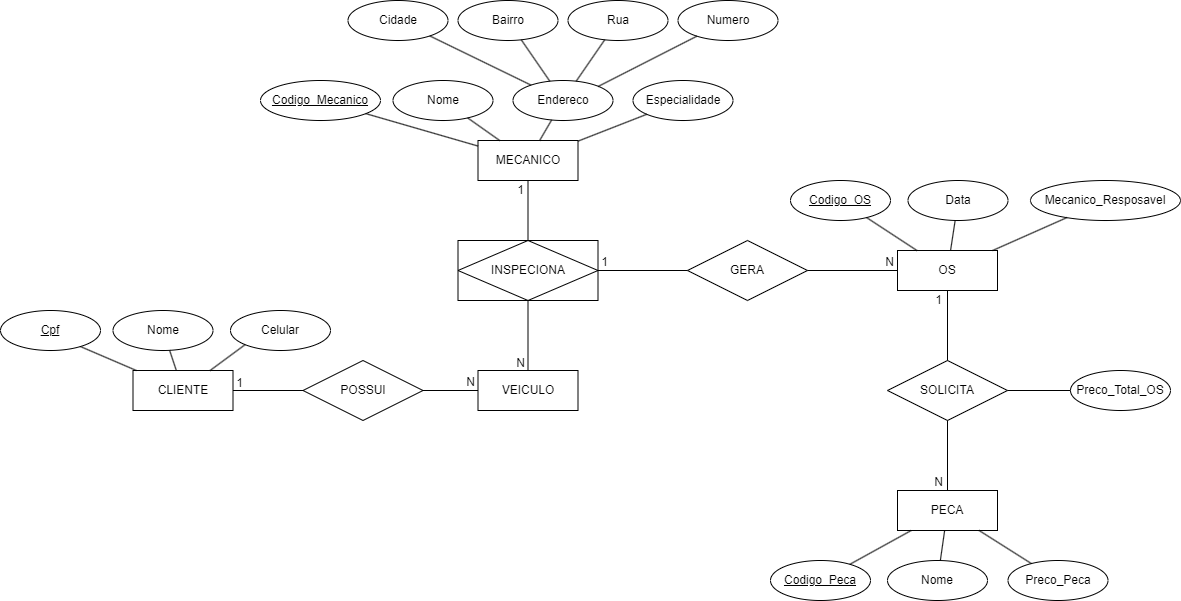
The draw.io diagram cenario_oficina.png in othonss/projeto-database-experience-oficina, before a commit. Source tidied: cells renumbered, new cells last; positions are measured from the earlier drawing's top-left corner, leaving out a move shared by most shapes. The source it was exported from:
```xml
<mxGraphModel>
  <root>
    <mxCell id="0" />
    <mxCell id="1" parent="0" />
    <mxCell id="2" value="VEICULO" style="whiteSpace=wrap;html=1;align=center;" parent="1" vertex="1">
      <mxGeometry x="477.5" y="370" width="100" height="40" as="geometry" />
    </mxCell>
    <mxCell id="3" value="MECANICO" style="whiteSpace=wrap;html=1;align=center;" parent="1" vertex="1">
      <mxGeometry x="477.5" y="140" width="100" height="40" as="geometry" />
    </mxCell>
    <mxCell id="4" value="Codigo_Mecanico" style="ellipse;whiteSpace=wrap;html=1;align=center;fontStyle=4;" parent="1" vertex="1">
      <mxGeometry x="260" y="80" width="120" height="40" as="geometry" />
    </mxCell>
    <mxCell id="5" value="Nome&lt;br&gt;" style="ellipse;whiteSpace=wrap;html=1;align=center;" parent="1" vertex="1">
      <mxGeometry x="392.5" y="80" width="100" height="40" as="geometry" />
    </mxCell>
    <mxCell id="6" value="Endereco" style="ellipse;whiteSpace=wrap;html=1;align=center;" parent="1" vertex="1">
      <mxGeometry x="512.5" y="80" width="100" height="40" as="geometry" />
    </mxCell>
    <mxCell id="7" value="Especialidade" style="ellipse;whiteSpace=wrap;html=1;align=center;" parent="1" vertex="1">
      <mxGeometry x="632.5" y="80" width="100" height="40" as="geometry" />
    </mxCell>
    <mxCell id="8" value="Cidade" style="ellipse;whiteSpace=wrap;html=1;align=center;" parent="1" vertex="1">
      <mxGeometry x="347.5" width="100" height="40" as="geometry" />
    </mxCell>
    <mxCell id="9" value="Bairro" style="ellipse;whiteSpace=wrap;html=1;align=center;" parent="1" vertex="1">
      <mxGeometry x="457.5" width="100" height="40" as="geometry" />
    </mxCell>
    <mxCell id="10" value="Rua" style="ellipse;whiteSpace=wrap;html=1;align=center;" parent="1" vertex="1">
      <mxGeometry x="567.5" width="100" height="40" as="geometry" />
    </mxCell>
    <mxCell id="11" value="Numero" style="ellipse;whiteSpace=wrap;html=1;align=center;" parent="1" vertex="1">
      <mxGeometry x="677.5" width="100" height="40" as="geometry" />
    </mxCell>
    <mxCell id="12" style="endArrow=none;html=1;rounded=0;" parent="1" edge="1" source="6" target="8">
      <mxGeometry relative="1" as="geometry" />
    </mxCell>
    <mxCell id="13" style="endArrow=none;html=1;rounded=0;" parent="1" edge="1" source="6" target="9">
      <mxGeometry relative="1" as="geometry" />
    </mxCell>
    <mxCell id="14" style="endArrow=none;html=1;rounded=0;" parent="1" edge="1" source="6" target="10">
      <mxGeometry relative="1" as="geometry" />
    </mxCell>
    <mxCell id="15" style="endArrow=none;html=1;rounded=0;exitX=1;exitY=0;exitDx=0;exitDy=0;" parent="1" edge="1" source="6" target="11">
      <mxGeometry relative="1" as="geometry" />
    </mxCell>
    <mxCell id="16" style="endArrow=none;html=1;rounded=0;" parent="1" edge="1" source="3" target="5">
      <mxGeometry relative="1" as="geometry" />
    </mxCell>
    <mxCell id="17" style="endArrow=none;html=1;rounded=0;" parent="1" edge="1" source="3" target="6">
      <mxGeometry relative="1" as="geometry" />
    </mxCell>
    <mxCell id="18" style="endArrow=none;html=1;rounded=0;" parent="1" edge="1" source="7" target="3">
      <mxGeometry relative="1" as="geometry" />
    </mxCell>
    <mxCell id="19" style="endArrow=none;html=1;rounded=0;" parent="1" edge="1" source="3" target="4">
      <mxGeometry relative="1" as="geometry" />
    </mxCell>
    <mxCell id="20" value="CLIENTE" style="whiteSpace=wrap;html=1;align=center;" parent="1" vertex="1">
      <mxGeometry x="132.5" y="370" width="100" height="40" as="geometry" />
    </mxCell>
    <mxCell id="21" value="Nome" style="ellipse;whiteSpace=wrap;html=1;align=center;" parent="1" vertex="1">
      <mxGeometry x="112.5" y="310" width="100" height="40" as="geometry" />
    </mxCell>
    <mxCell id="22" value="Celular" style="ellipse;whiteSpace=wrap;html=1;align=center;" parent="1" vertex="1">
      <mxGeometry x="230" y="310" width="100" height="40" as="geometry" />
    </mxCell>
    <mxCell id="23" style="endArrow=none;html=1;rounded=0;" parent="1" edge="1" source="20">
      <mxGeometry relative="1" as="geometry">
        <mxPoint x="76.6" y="344.6" as="targetPoint" />
      </mxGeometry>
    </mxCell>
    <mxCell id="24" style="endArrow=none;html=1;rounded=0;" parent="1" edge="1" source="20" target="21">
      <mxGeometry relative="1" as="geometry" />
    </mxCell>
    <mxCell id="25" style="endArrow=none;html=1;rounded=0;entryX=0;entryY=1;entryDx=0;entryDy=0;" parent="1" edge="1" source="20" target="22">
      <mxGeometry relative="1" as="geometry" />
    </mxCell>
    <mxCell id="26" value="POSSUI" style="shape=rhombus;perimeter=rhombusPerimeter;whiteSpace=wrap;html=1;align=center;" parent="1" vertex="1">
      <mxGeometry x="302.5" y="360" width="120" height="60" as="geometry" />
    </mxCell>
    <mxCell id="27" style="endArrow=none;html=1;rounded=0;" parent="1" edge="1" source="26" target="2">
      <mxGeometry relative="1" as="geometry" />
    </mxCell>
    <mxCell id="28" value="N" style="html=1;align=right;verticalAlign=bottom;" parent="27" vertex="1">
      <mxGeometry x="1" relative="1" as="geometry">
        <mxPoint x="-3" as="offset" />
      </mxGeometry>
    </mxCell>
    <mxCell id="29" style="endArrow=none;html=1;rounded=0;" parent="1" edge="1" source="20" target="26">
      <mxGeometry relative="1" as="geometry" />
    </mxCell>
    <mxCell id="30" value="1" style="html=1;align=right;verticalAlign=bottom;" parent="29" vertex="1">
      <mxGeometry x="1" relative="1" as="geometry">
        <mxPoint x="-60" y="1" as="offset" />
      </mxGeometry>
    </mxCell>
    <mxCell id="31" style="endArrow=none;html=1;rounded=0;entryX=0.5;entryY=0;entryDx=0;entryDy=0;" parent="1" edge="1" target="2">
      <mxGeometry relative="1" as="geometry">
        <mxPoint x="527.5" y="300" as="sourcePoint" />
      </mxGeometry>
    </mxCell>
    <mxCell id="32" value="N" style="html=1;align=right;verticalAlign=bottom;" parent="31" vertex="1">
      <mxGeometry x="1" relative="1" as="geometry">
        <mxPoint x="-3" y="1" as="offset" />
      </mxGeometry>
    </mxCell>
    <mxCell id="33" style="endArrow=none;html=1;rounded=0;" parent="1" edge="1" target="3">
      <mxGeometry relative="1" as="geometry">
        <mxPoint x="527.5" y="240" as="sourcePoint" />
      </mxGeometry>
    </mxCell>
    <mxCell id="34" value="1" style="html=1;align=right;verticalAlign=bottom;" parent="33" vertex="1">
      <mxGeometry x="1" relative="1" as="geometry">
        <mxPoint x="-4" y="18" as="offset" />
      </mxGeometry>
    </mxCell>
    <mxCell id="35" value="INSPECIONA" style="shape=associativeEntity;whiteSpace=wrap;html=1;align=center;" parent="1" vertex="1">
      <mxGeometry x="457.5" y="240" width="140" height="60" as="geometry" />
    </mxCell>
    <mxCell id="36" value="OS" style="whiteSpace=wrap;html=1;align=center;" parent="1" vertex="1">
      <mxGeometry x="897" y="250" width="100" height="40" as="geometry" />
    </mxCell>
    <mxCell id="37" style="endArrow=none;html=1;rounded=0;entryX=0;entryY=0.5;entryDx=0;entryDy=0;" parent="1" edge="1" source="35" target="36">
      <mxGeometry relative="1" as="geometry" />
    </mxCell>
    <mxCell id="38" value="N" style="html=1;align=right;verticalAlign=bottom;" parent="37" vertex="1">
      <mxGeometry x="1" relative="1" as="geometry">
        <mxPoint x="-4" as="offset" />
      </mxGeometry>
    </mxCell>
    <mxCell id="39" value="1" style="html=1;align=right;verticalAlign=bottom;" parent="1" vertex="1">
      <mxGeometry x="607.5" y="270" as="geometry" />
    </mxCell>
    <mxCell id="40" value="PECA" style="whiteSpace=wrap;html=1;align=center;" parent="1" vertex="1">
      <mxGeometry x="897" y="490" width="100" height="40" as="geometry" />
    </mxCell>
    <mxCell id="41" value="Codigo_OS" style="ellipse;whiteSpace=wrap;html=1;align=center;fontStyle=4;" parent="1" vertex="1">
      <mxGeometry x="790" y="180" width="100" height="40" as="geometry" />
    </mxCell>
    <mxCell id="42" value="Data" style="ellipse;whiteSpace=wrap;html=1;align=center;" parent="1" vertex="1">
      <mxGeometry x="907.5" y="180" width="100" height="40" as="geometry" />
    </mxCell>
    <mxCell id="43" value="Mecanico_Resposavel" style="ellipse;whiteSpace=wrap;html=1;align=center;" parent="1" vertex="1">
      <mxGeometry x="1030" y="180" width="150" height="40" as="geometry" />
    </mxCell>
    <mxCell id="44" style="endArrow=none;html=1;rounded=0;" parent="1" edge="1" source="36" target="41">
      <mxGeometry relative="1" as="geometry" />
    </mxCell>
    <mxCell id="45" style="endArrow=none;html=1;rounded=0;" parent="1" edge="1" source="36" target="42">
      <mxGeometry relative="1" as="geometry" />
    </mxCell>
    <mxCell id="46" style="endArrow=none;html=1;rounded=0;" parent="1" edge="1" source="36" target="43">
      <mxGeometry relative="1" as="geometry" />
    </mxCell>
    <mxCell id="47" value="GERA" style="shape=rhombus;perimeter=rhombusPerimeter;whiteSpace=wrap;html=1;align=center;" parent="1" vertex="1">
      <mxGeometry x="687" y="240" width="120" height="60" as="geometry" />
    </mxCell>
    <mxCell id="48" value="Codigo_Peca" style="ellipse;whiteSpace=wrap;html=1;align=center;fontStyle=4;" parent="1" vertex="1">
      <mxGeometry x="770" y="560" width="100" height="40" as="geometry" />
    </mxCell>
    <mxCell id="49" value="Nome" style="ellipse;whiteSpace=wrap;html=1;align=center;" parent="1" vertex="1">
      <mxGeometry x="887" y="560" width="100" height="40" as="geometry" />
    </mxCell>
    <mxCell id="50" value="Preco_Peca" style="ellipse;whiteSpace=wrap;html=1;align=center;" parent="1" vertex="1">
      <mxGeometry x="1007.5" y="560" width="100" height="40" as="geometry" />
    </mxCell>
    <mxCell id="51" style="endArrow=none;html=1;rounded=0;" parent="1" edge="1" source="40" target="48">
      <mxGeometry relative="1" as="geometry" />
    </mxCell>
    <mxCell id="52" style="endArrow=none;html=1;rounded=0;" parent="1" edge="1" source="40" target="49">
      <mxGeometry relative="1" as="geometry" />
    </mxCell>
    <mxCell id="53" style="endArrow=none;html=1;rounded=0;" parent="1" edge="1" source="40" target="50">
      <mxGeometry relative="1" as="geometry" />
    </mxCell>
    <mxCell id="54" style="endArrow=none;html=1;rounded=0;" parent="1" edge="1" source="36" target="40">
      <mxGeometry relative="1" as="geometry" />
    </mxCell>
    <mxCell id="55" value="N" style="html=1;align=right;verticalAlign=bottom;" parent="54" vertex="1">
      <mxGeometry x="1" relative="1" as="geometry">
        <mxPoint x="-4" as="offset" />
      </mxGeometry>
    </mxCell>
    <mxCell id="56" value="1" style="html=1;align=right;verticalAlign=bottom;" parent="1" vertex="1">
      <mxGeometry x="617.5" y="270" as="geometry">
        <mxPoint x="324" y="38" as="offset" />
      </mxGeometry>
    </mxCell>
    <mxCell id="57" value="SOLICITA" style="shape=rhombus;perimeter=rhombusPerimeter;whiteSpace=wrap;html=1;align=center;" parent="1" vertex="1">
      <mxGeometry x="887" y="360" width="120" height="60" as="geometry" />
    </mxCell>
    <mxCell id="58" value="Preco_Total_OS" style="ellipse;whiteSpace=wrap;html=1;align=center;" parent="1" vertex="1">
      <mxGeometry x="1070" y="370" width="100" height="40" as="geometry" />
    </mxCell>
    <mxCell id="59" style="endArrow=none;html=1;rounded=0;" parent="1" edge="1" source="58" target="57">
      <mxGeometry relative="1" as="geometry" />
    </mxCell>
    <mxCell id="60" value="Cpf" style="ellipse;whiteSpace=wrap;html=1;align=center;fontStyle=4;" parent="1" vertex="1">
      <mxGeometry y="310" width="100" height="40" as="geometry" />
    </mxCell>
  </root>
</mxGraphModel>
```
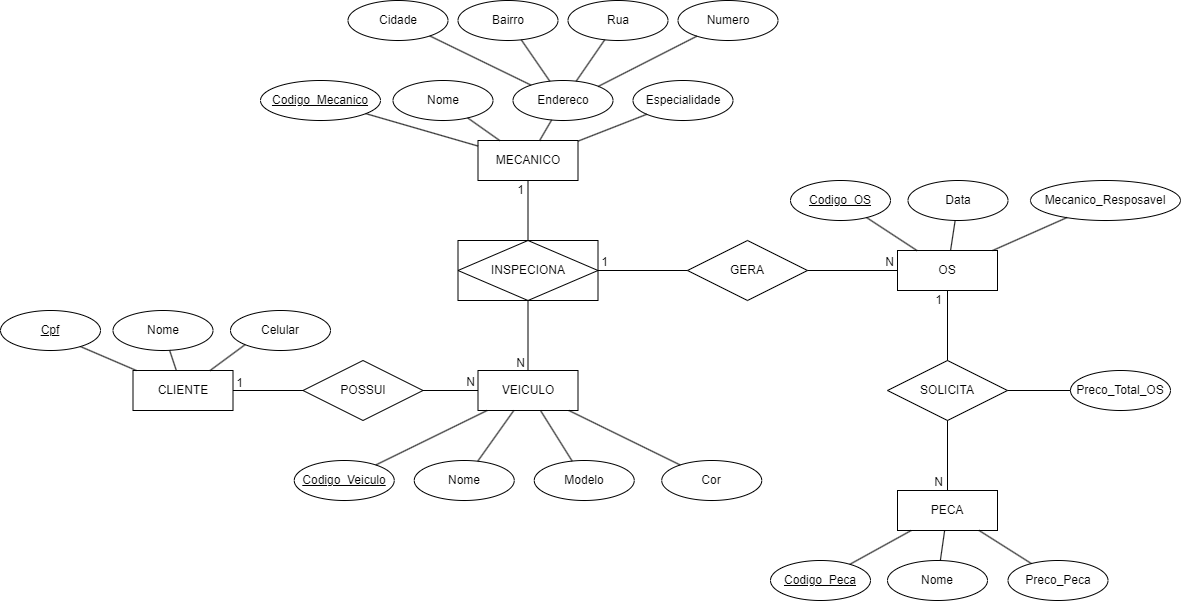
Later version of the same file.

Commit message:
Incluído atributos da entidade veículo

Change to the diagram source:
```diff
@@ -199,5 +199,29 @@
     <mxCell id="60" value="Cpf" style="ellipse;whiteSpace=wrap;html=1;align=center;fontStyle=4;" parent="1" vertex="1">
       <mxGeometry y="310" width="100" height="40" as="geometry" />
     </mxCell>
+    <mxCell id="61" value="Codigo_Veiculo" style="ellipse;whiteSpace=wrap;html=1;align=center;fontStyle=4;" parent="1" vertex="1">
+      <mxGeometry x="293.8" y="460" width="100" height="40" as="geometry" />
+    </mxCell>
+    <mxCell id="62" value="Nome" style="ellipse;whiteSpace=wrap;html=1;align=center;" parent="1" vertex="1">
+      <mxGeometry x="413.8" y="460" width="100" height="40" as="geometry" />
+    </mxCell>
+    <mxCell id="63" value="Modelo" style="ellipse;whiteSpace=wrap;html=1;align=center;" parent="1" vertex="1">
+      <mxGeometry x="533.8" y="460" width="100" height="40" as="geometry" />
+    </mxCell>
+    <mxCell id="64" value="Cor" style="ellipse;whiteSpace=wrap;html=1;align=center;" parent="1" vertex="1">
+      <mxGeometry x="661.2" y="460" width="100" height="40" as="geometry" />
+    </mxCell>
+    <mxCell id="65" style="endArrow=none;html=1;rounded=0;" parent="1" edge="1" source="2" target="61">
+      <mxGeometry relative="1" as="geometry" />
+    </mxCell>
+    <mxCell id="66" style="endArrow=none;html=1;rounded=0;" parent="1" edge="1" source="2" target="62">
+      <mxGeometry relative="1" as="geometry" />
+    </mxCell>
+    <mxCell id="67" style="endArrow=none;html=1;rounded=0;" parent="1" edge="1" source="2" target="63">
+      <mxGeometry relative="1" as="geometry" />
+    </mxCell>
+    <mxCell id="68" style="endArrow=none;html=1;rounded=0;" parent="1" edge="1" source="2" target="64">
+      <mxGeometry relative="1" as="geometry" />
+    </mxCell>
   </root>
 </mxGraphModel>
```
